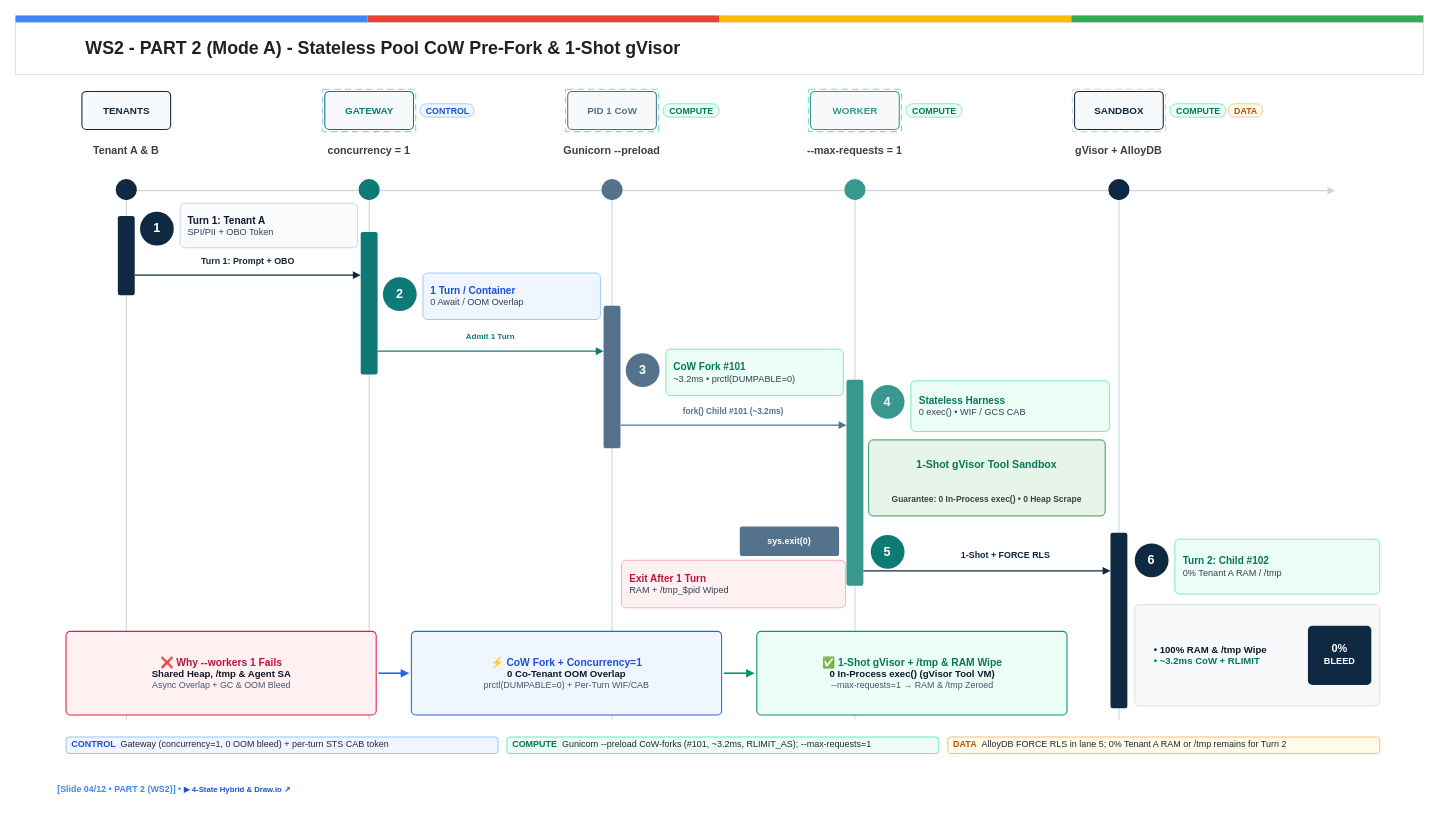
Above: diagrams/compendium/drawio/ws2-c4-l3-mode-a-cow-prefork-heap-wipe-swimlane.drawio in nitinaggarwal-12/blogs (draw.io), before the change. Source tidied: cells renumbered, new cells numbered last; positions are measured from the earlier drawing's top-left corner, leaving out a move shared by most shapes. Both pictures are drawn from the tidied source at 88%, with x=0, y=0 at pixel (15, 15).
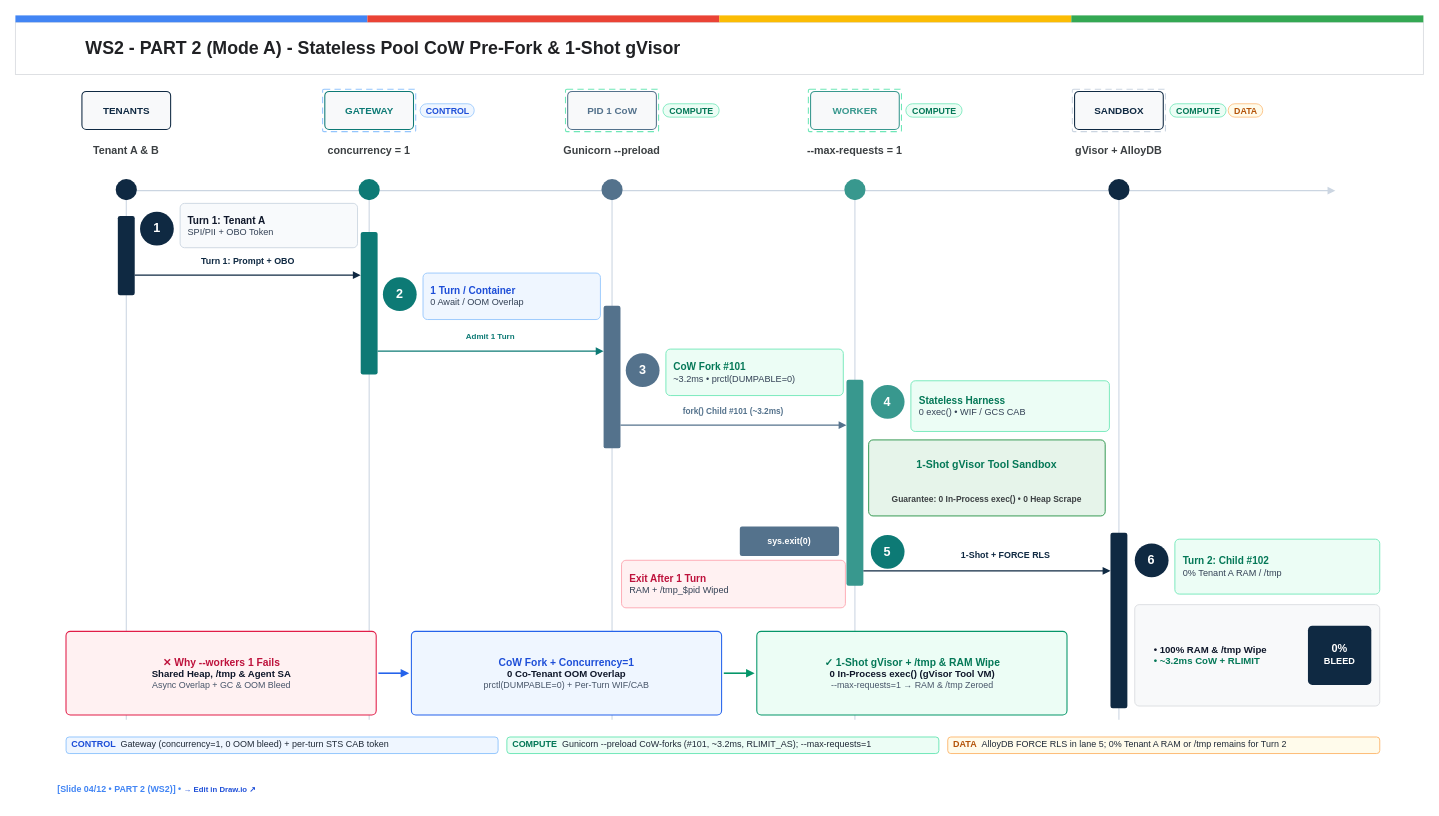
The same page after the edit.

Diff of the diagram source:
```diff
@@
-    <mxCell id="74" value="&lt;div style=&quot;line-height:1.06;margin:0;padding:0;&quot;&gt;&lt;span style=&quot;font-size:10.1px;color:#4285F4;&quot;&gt;&lt;b&gt;[Slide 04/12 • PART 2 (WS2)]  •  &lt;/b&gt;&lt;/span&gt;&lt;span style=&quot;font-size:8.8px;color:#1D4ED8;&quot;&gt;&lt;b&gt;▶ 4-State Hybrid &amp;amp; Draw.io ↗&lt;/b&gt;&lt;/span&gt;&lt;/div&gt;" style="html=1;whiteSpace=wrap;rounded=0;fillColor=none;strokeColor=none;fontColor=#4285F4;fontSize=10.1;align=left;verticalAlign=middle;spacing=0;spacingLeft=0;spacingRight=0;spacingTop=0;spacingBottom=0;" parent="1" vertex="1">
+    <mxCell id="74" value="&lt;div style=&quot;line-height:1.06;margin:0;padding:0;&quot;&gt;&lt;span style=&quot;font-size:10.1px;color:#4285F4;&quot;&gt;&lt;b&gt;[Slide 04/12 • PART 2 (WS2)]  •  &lt;/b&gt;&lt;/span&gt;&lt;span style=&quot;font-size:8.8px;color:#1D4ED8;&quot;&gt;&lt;b&gt;→ Edit in Draw.io ↗&lt;/b&gt;&lt;/span&gt;&lt;/div&gt;" style="html=1;whiteSpace=wrap;rounded=0;fillColor=none;strokeColor=none;fontColor=#4285F4;fontSize=10.1;align=left;verticalAlign=middle;spacing=0;spacingLeft=0;spacingRight=0;spacingTop=0;spacingBottom=0;" parent="1" vertex="1">
       <mxGeometry x="48" y="866.4" width="1504" height="26.4" as="geometry" />
     </mxCell>
-    <mxCell id="75" value="&lt;div style=&quot;line-height:1.06;margin:0;padding:0;&quot;&gt;&lt;span style=&quot;font-size:11.7px;color:#BE123C;&quot;&gt;&lt;b&gt;❌ Why --workers 1 Fails&lt;/b&gt;&lt;/span&gt;&lt;/div&gt;&lt;div style=&quot;line-height:1.06;margin:0;padding:0;&quot;&gt;&lt;span style=&quot;font-size:10.9px;color:#0F172A;&quot;&gt;&lt;b&gt;Shared Heap, /tmp &amp;amp; Agent SA&lt;/b&gt;&lt;/span&gt;&lt;/div&gt;&lt;div style=&quot;line-height:1.06;margin:0;padding:0;&quot;&gt;&lt;span style=&quot;font-size:10.1px;color:#475569;&quot;&gt;Async Overlap + GC &amp;amp; OOM Bleed&lt;/span&gt;&lt;/div&gt;" style="html=1;whiteSpace=wrap;rounded=1;absoluteArcSize=1;arcSize=10;fillColor=#FFF1F2;strokeColor=#E11D48;strokeWidth=1.2;fontColor=#BE123C;fontSize=11.7;align=center;verticalAlign=middle;spacing=0;spacingLeft=10;spacingRight=10;spacingTop=5;spacingBottom=5;" parent="1" vertex="1">
+    <mxCell id="75" value="&lt;div style=&quot;line-height:1.06;margin:0;padding:0;&quot;&gt;&lt;span style=&quot;font-size:11.7px;color:#BE123C;&quot;&gt;&lt;b&gt;✕ Why --workers 1 Fails&lt;/b&gt;&lt;/span&gt;&lt;/div&gt;&lt;div style=&quot;line-height:1.06;margin:0;padding:0;&quot;&gt;&lt;span style=&quot;font-size:10.9px;color:#0F172A;&quot;&gt;&lt;b&gt;Shared Heap, /tmp &amp;amp; Agent SA&lt;/b&gt;&lt;/span&gt;&lt;/div&gt;&lt;div style=&quot;line-height:1.06;margin:0;padding:0;&quot;&gt;&lt;span style=&quot;font-size:10.1px;color:#475569;&quot;&gt;Async Overlap + GC &amp;amp; OOM Bleed&lt;/span&gt;&lt;/div&gt;" style="html=1;whiteSpace=wrap;rounded=1;absoluteArcSize=1;arcSize=10;fillColor=#FFF1F2;strokeColor=#E11D48;strokeWidth=1.2;fontColor=#BE123C;fontSize=11.7;align=center;verticalAlign=middle;spacing=0;spacingLeft=10;spacingRight=10;spacingTop=5;spacingBottom=5;" parent="1" vertex="1">
       <mxGeometry x="57.5" y="700" width="352.5" height="95" as="geometry" />
     </mxCell>
-    <mxCell id="76" value="&lt;div style=&quot;line-height:1.06;margin:0;padding:0;&quot;&gt;&lt;span style=&quot;font-size:11.7px;color:#1D4ED8;&quot;&gt;&lt;b&gt;⚡ CoW Fork + Concurrency=1&lt;/b&gt;&lt;/span&gt;&lt;/div&gt;&lt;div style=&quot;line-height:1.06;margin:0;padding:0;&quot;&gt;&lt;span style=&quot;font-size:10.9px;color:#0F172A;&quot;&gt;&lt;b&gt;0 Co-Tenant OOM Overlap&lt;/b&gt;&lt;/span&gt;&lt;/div&gt;&lt;div style=&quot;line-height:1.06;margin:0;padding:0;&quot;&gt;&lt;span style=&quot;font-size:10.1px;color:#475569;&quot;&gt;prctl(DUMPABLE=0) + Per-Turn WIF/CAB&lt;/span&gt;&lt;/div&gt;" style="html=1;whiteSpace=wrap;rounded=1;absoluteArcSize=1;arcSize=10;fillColor=#EFF6FF;strokeColor=#2563EB;strokeWidth=1.2;fontColor=#1D4ED8;fontSize=11.7;align=center;verticalAlign=middle;spacing=0;spacingLeft=10;spacingRight=10;spacingTop=5;spacingBottom=5;" parent="1" vertex="1">
+    <mxCell id="76" value="&lt;div style=&quot;line-height:1.06;margin:0;padding:0;&quot;&gt;&lt;span style=&quot;font-size:11.7px;color:#1D4ED8;&quot;&gt;&lt;b&gt;CoW Fork + Concurrency=1&lt;/b&gt;&lt;/span&gt;&lt;/div&gt;&lt;div style=&quot;line-height:1.06;margin:0;padding:0;&quot;&gt;&lt;span style=&quot;font-size:10.9px;color:#0F172A;&quot;&gt;&lt;b&gt;0 Co-Tenant OOM Overlap&lt;/b&gt;&lt;/span&gt;&lt;/div&gt;&lt;div style=&quot;line-height:1.06;margin:0;padding:0;&quot;&gt;&lt;span style=&quot;font-size:10.1px;color:#475569;&quot;&gt;prctl(DUMPABLE=0) + Per-Turn WIF/CAB&lt;/span&gt;&lt;/div&gt;" style="html=1;whiteSpace=wrap;rounded=1;absoluteArcSize=1;arcSize=10;fillColor=#EFF6FF;strokeColor=#2563EB;strokeWidth=1.2;fontColor=#1D4ED8;fontSize=11.7;align=center;verticalAlign=middle;spacing=0;spacingLeft=10;spacingRight=10;spacingTop=5;spacingBottom=5;" parent="1" vertex="1">
       <mxGeometry x="450" y="700" width="352.5" height="95" as="geometry" />
     </mxCell>
-    <mxCell id="77" value="&lt;div style=&quot;line-height:1.06;margin:0;padding:0;&quot;&gt;&lt;span style=&quot;font-size:11.7px;color:#047857;&quot;&gt;&lt;b&gt;✅ 1-Shot gVisor + /tmp &amp;amp; RAM Wipe&lt;/b&gt;&lt;/span&gt;&lt;/div&gt;&lt;div style=&quot;line-height:1.06;margin:0;padding:0;&quot;&gt;&lt;span style=&quot;font-size:10.9px;color:#0F172A;&quot;&gt;&lt;b&gt;0 In-Process exec() (gVisor Tool VM)&lt;/b&gt;&lt;/span&gt;&lt;/div&gt;&lt;div style=&quot;line-height:1.06;margin:0;padding:0;&quot;&gt;&lt;span style=&quot;font-size:10.1px;color:#475569;&quot;&gt;--max-requests=1 → RAM &amp;amp; /tmp Zeroed&lt;/span&gt;&lt;/div&gt;" style="html=1;whiteSpace=wrap;rounded=1;absoluteArcSize=1;arcSize=10;fillColor=#ECFDF5;strokeColor=#059669;strokeWidth=1.2;fontColor=#047857;fontSize=11.7;align=center;verticalAlign=middle;spacing=0;spacingLeft=10;spacingRight=10;spacingTop=5;spacingBottom=5;" parent="1" vertex="1">
+    <mxCell id="77" value="&lt;div style=&quot;line-height:1.06;margin:0;padding:0;&quot;&gt;&lt;span style=&quot;font-size:11.7px;color:#047857;&quot;&gt;&lt;b&gt;✓ 1-Shot gVisor + /tmp &amp;amp; RAM Wipe&lt;/b&gt;&lt;/span&gt;&lt;/div&gt;&lt;div style=&quot;line-height:1.06;margin:0;padding:0;&quot;&gt;&lt;span style=&quot;font-size:10.9px;color:#0F172A;&quot;&gt;&lt;b&gt;0 In-Process exec() (gVisor Tool VM)&lt;/b&gt;&lt;/span&gt;&lt;/div&gt;&lt;div style=&quot;line-height:1.06;margin:0;padding:0;&quot;&gt;&lt;span style=&quot;font-size:10.1px;color:#475569;&quot;&gt;--max-requests=1 → RAM &amp;amp; /tmp Zeroed&lt;/span&gt;&lt;/div&gt;" style="html=1;whiteSpace=wrap;rounded=1;absoluteArcSize=1;arcSize=10;fillColor=#ECFDF5;strokeColor=#059669;strokeWidth=1.2;fontColor=#047857;fontSize=11.7;align=center;verticalAlign=middle;spacing=0;spacingLeft=10;spacingRight=10;spacingTop=5;spacingBottom=5;" parent="1" vertex="1">
       <mxGeometry x="842.5" y="700" width="352.5" height="95" as="geometry" />
     </mxCell>
```
